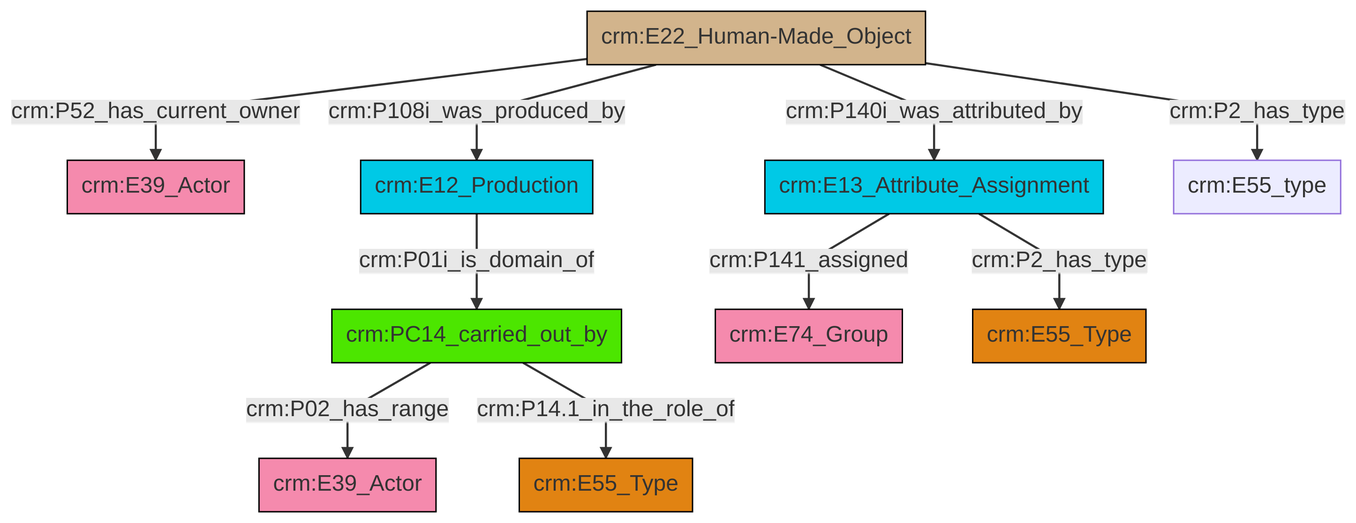
The Mermaid diagram et/builtWorkCSV/ttl/mmd/png/Built_Work_actor_relations.png in swiss-art-research-net/reference-data-models, before a commit. Its source is kept beside it as et/builtWorkCSV/ttl/mmd/Built_Work_actor_relations.ttl.mmd.
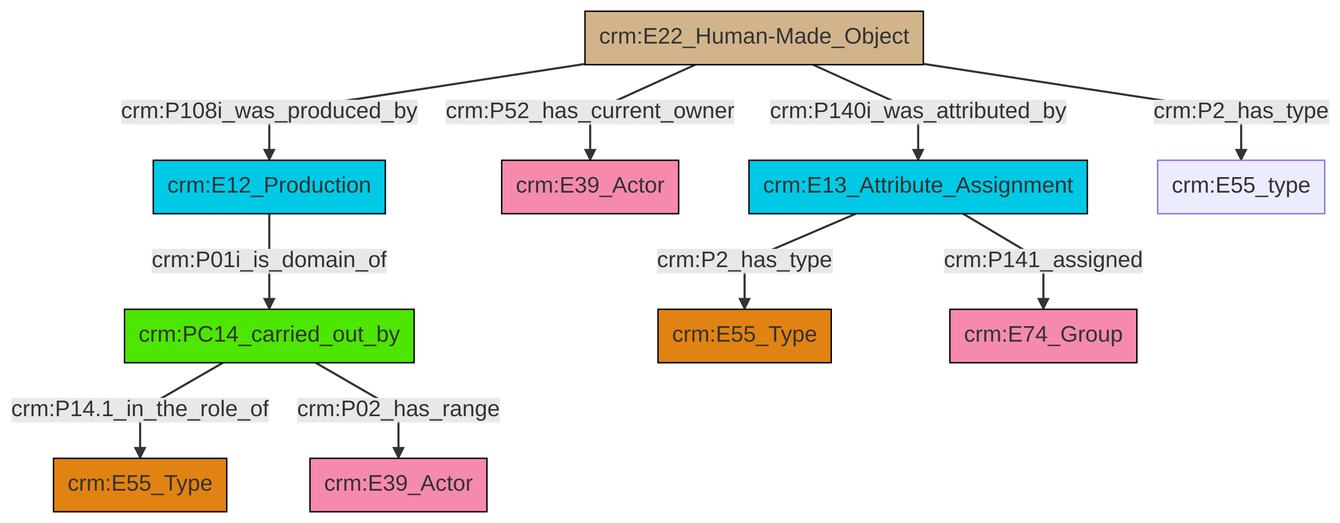
After the commit.

Change to the diagram source:
```diff
@@ -13,12 +13,12 @@
 classDef PC_Classes fill:#4ce600, stroke:#000000;
 classDef Multi fill:#cccccc,stroke:#000000;
 
-2["crm:E22_Human-Made_Object"]:::Physical_Thing -->|crm:P108i_was_produced_by| 3["crm:E12_Production"]:::Temporal_Entity
-2["crm:E22_Human-Made_Object"]:::Physical_Thing -->|crm:P140i_was_attributed_by| 4["crm:E13_Attribute_Assignment"]:::Temporal_Entity
-3["crm:E12_Production"]:::Temporal_Entity -->|crm:P01i_is_domain_of| 9["crm:PC14_carried_out_by"]:::PC_Classes
-9["crm:PC14_carried_out_by"]:::PC_Classes -->|crm:P02_has_range| 6["crm:E39_Actor"]:::Actor
-2["crm:E22_Human-Made_Object"]:::Physical_Thing -->|crm:P2_has_type| 10["crm:E55_type"]:::Default
-2["crm:E22_Human-Made_Object"]:::Physical_Thing -->|crm:P52_has_current_owner| 0["crm:E39_Actor"]:::Actor
-4["crm:E13_Attribute_Assignment"]:::Temporal_Entity -->|crm:P141_assigned| 11["crm:E74_Group"]:::Actor
-9["crm:PC14_carried_out_by"]:::PC_Classes -->|crm:P14.1_in_the_role_of| 14["crm:E55_Type"]:::Type
-4["crm:E13_Attribute_Assignment"]:::Temporal_Entity -->|crm:P2_has_type| 12["crm:E55_Type"]:::Type
+4["crm:PC14_carried_out_by"]:::PC_Classes -->|crm:P14.1_in_the_role_of| 5["crm:E55_Type"]:::Type
+0["crm:E12_Production"]:::Temporal_Entity -->|crm:P01i_is_domain_of| 4["crm:PC14_carried_out_by"]:::PC_Classes
+2["crm:E22_Human-Made_Object"]:::Physical_Thing -->|crm:P140i_was_attributed_by| 11["crm:E13_Attribute_Assignment"]:::Temporal_Entity
+11["crm:E13_Attribute_Assignment"]:::Temporal_Entity -->|crm:P141_assigned| 12["crm:E74_Group"]:::Actor
+2["crm:E22_Human-Made_Object"]:::Physical_Thing -->|crm:P52_has_current_owner| 6["crm:E39_Actor"]:::Actor
+4["crm:PC14_carried_out_by"]:::PC_Classes -->|crm:P02_has_range| 14["crm:E39_Actor"]:::Actor
+11["crm:E13_Attribute_Assignment"]:::Temporal_Entity -->|crm:P2_has_type| 8["crm:E55_Type"]:::Type
+2["crm:E22_Human-Made_Object"]:::Physical_Thing -->|crm:P2_has_type| 17["crm:E55_type"]:::Default
+2["crm:E22_Human-Made_Object"]:::Physical_Thing -->|crm:P108i_was_produced_by| 0["crm:E12_Production"]:::Temporal_Entity
```
